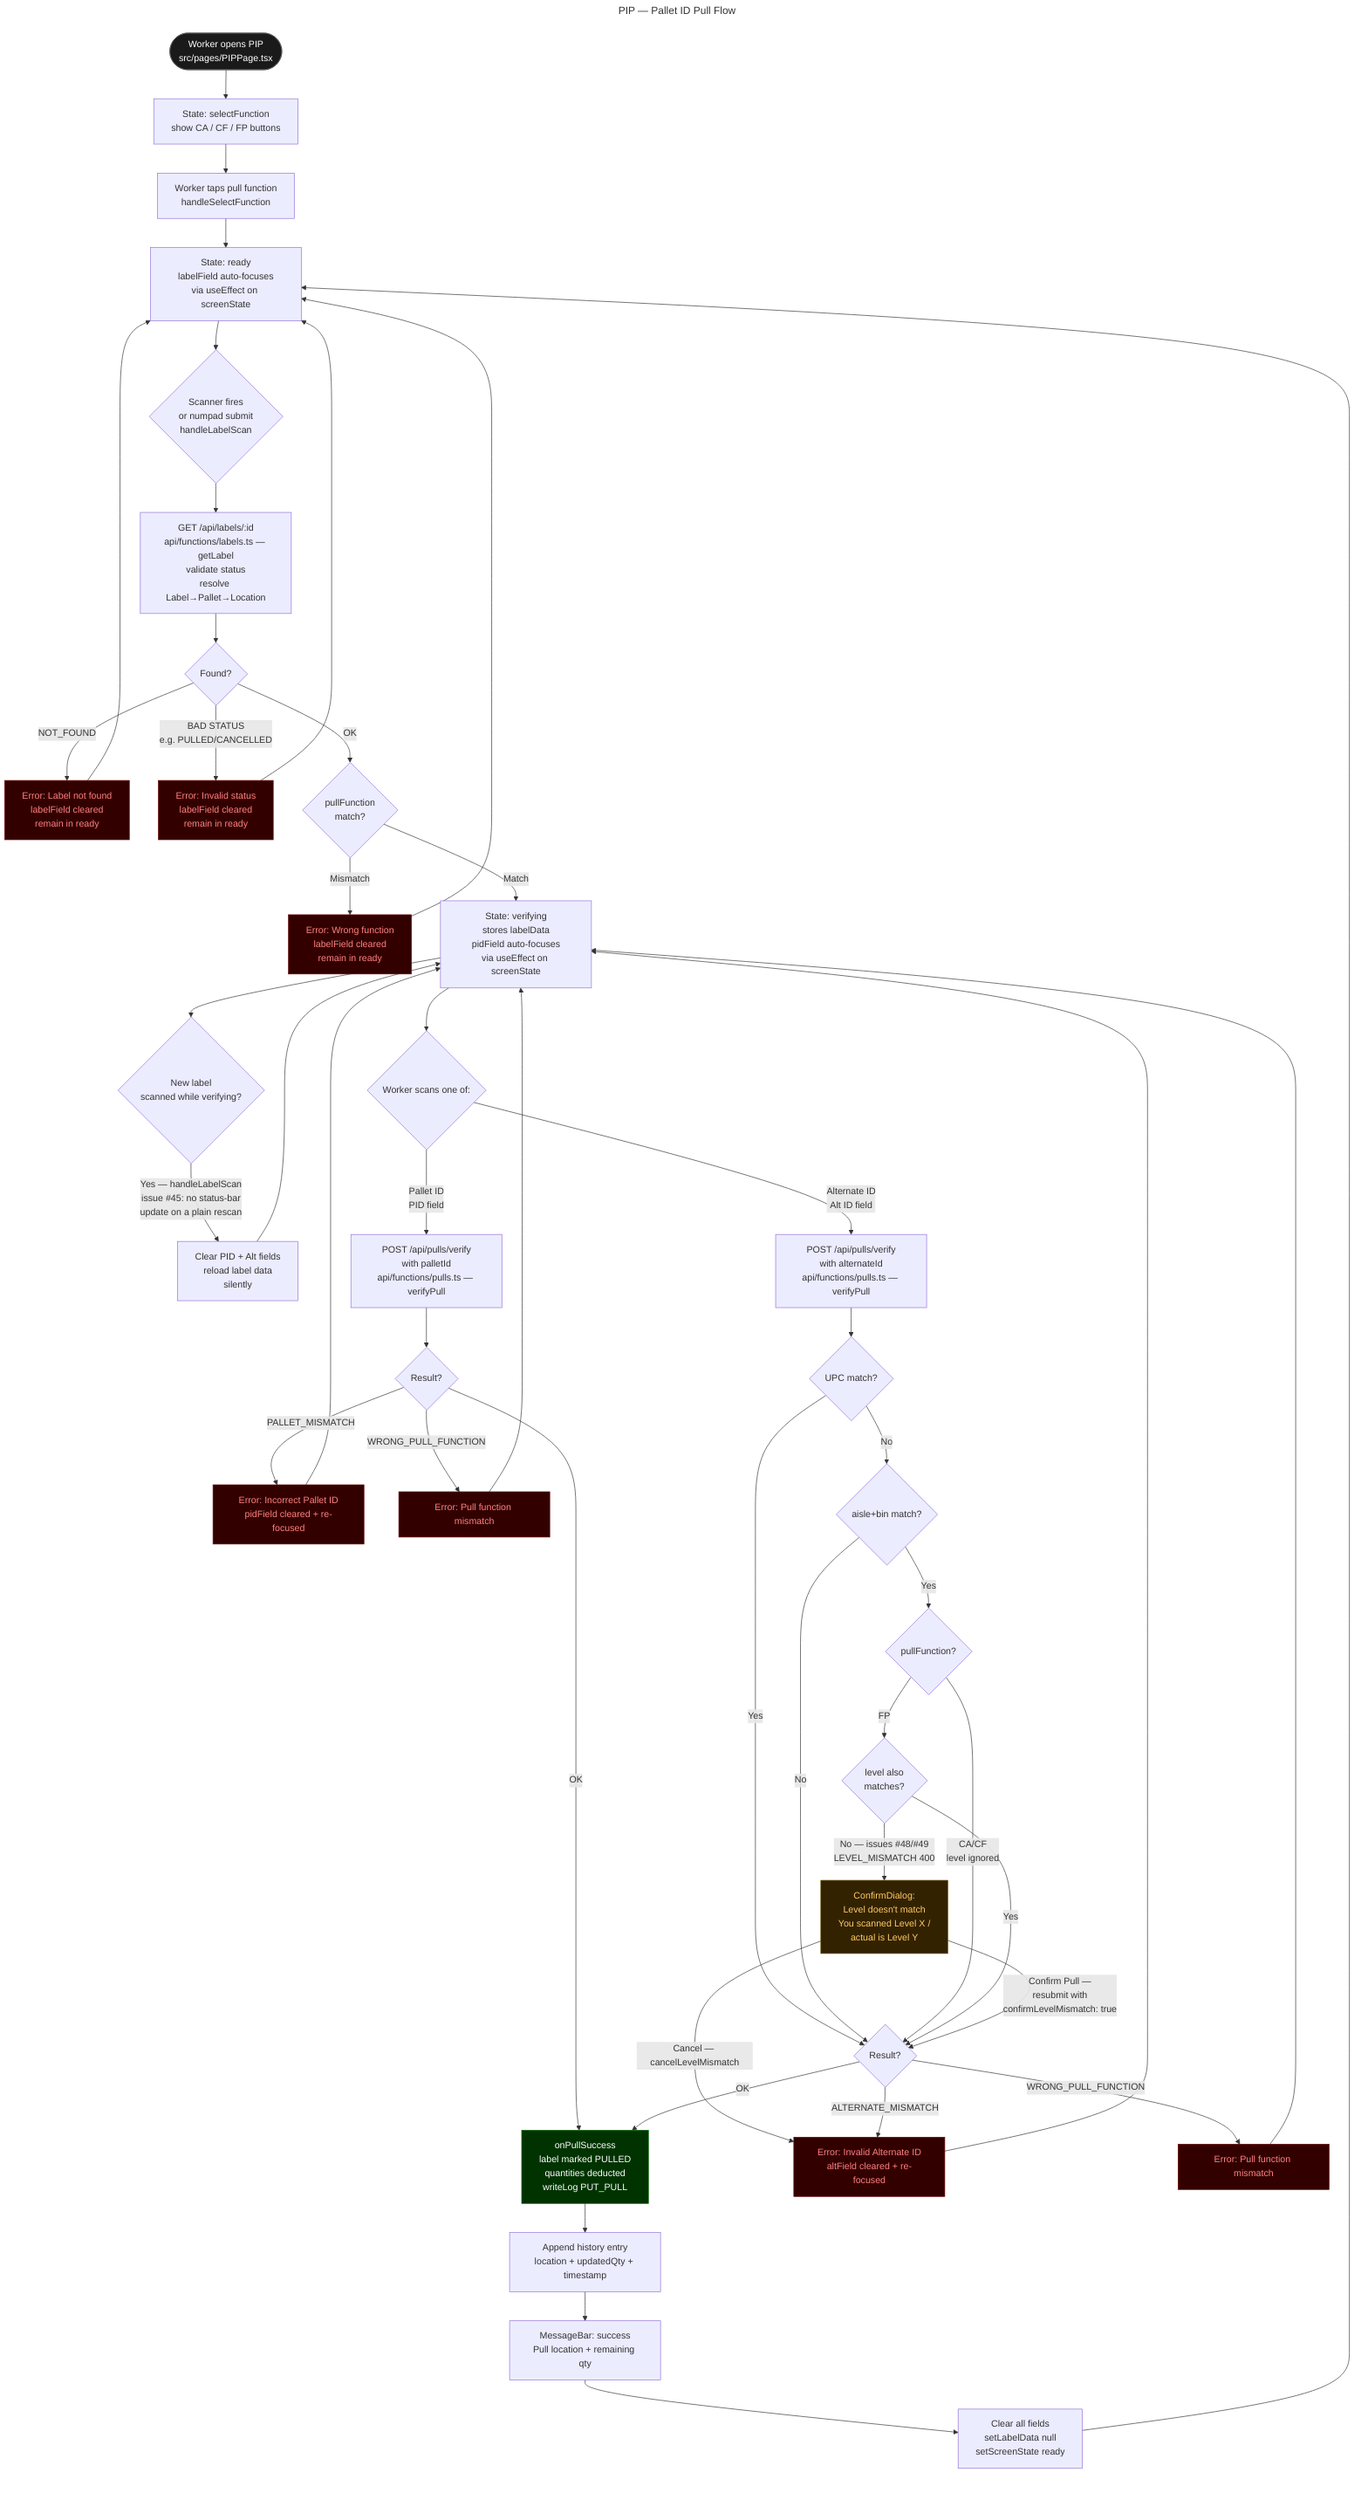
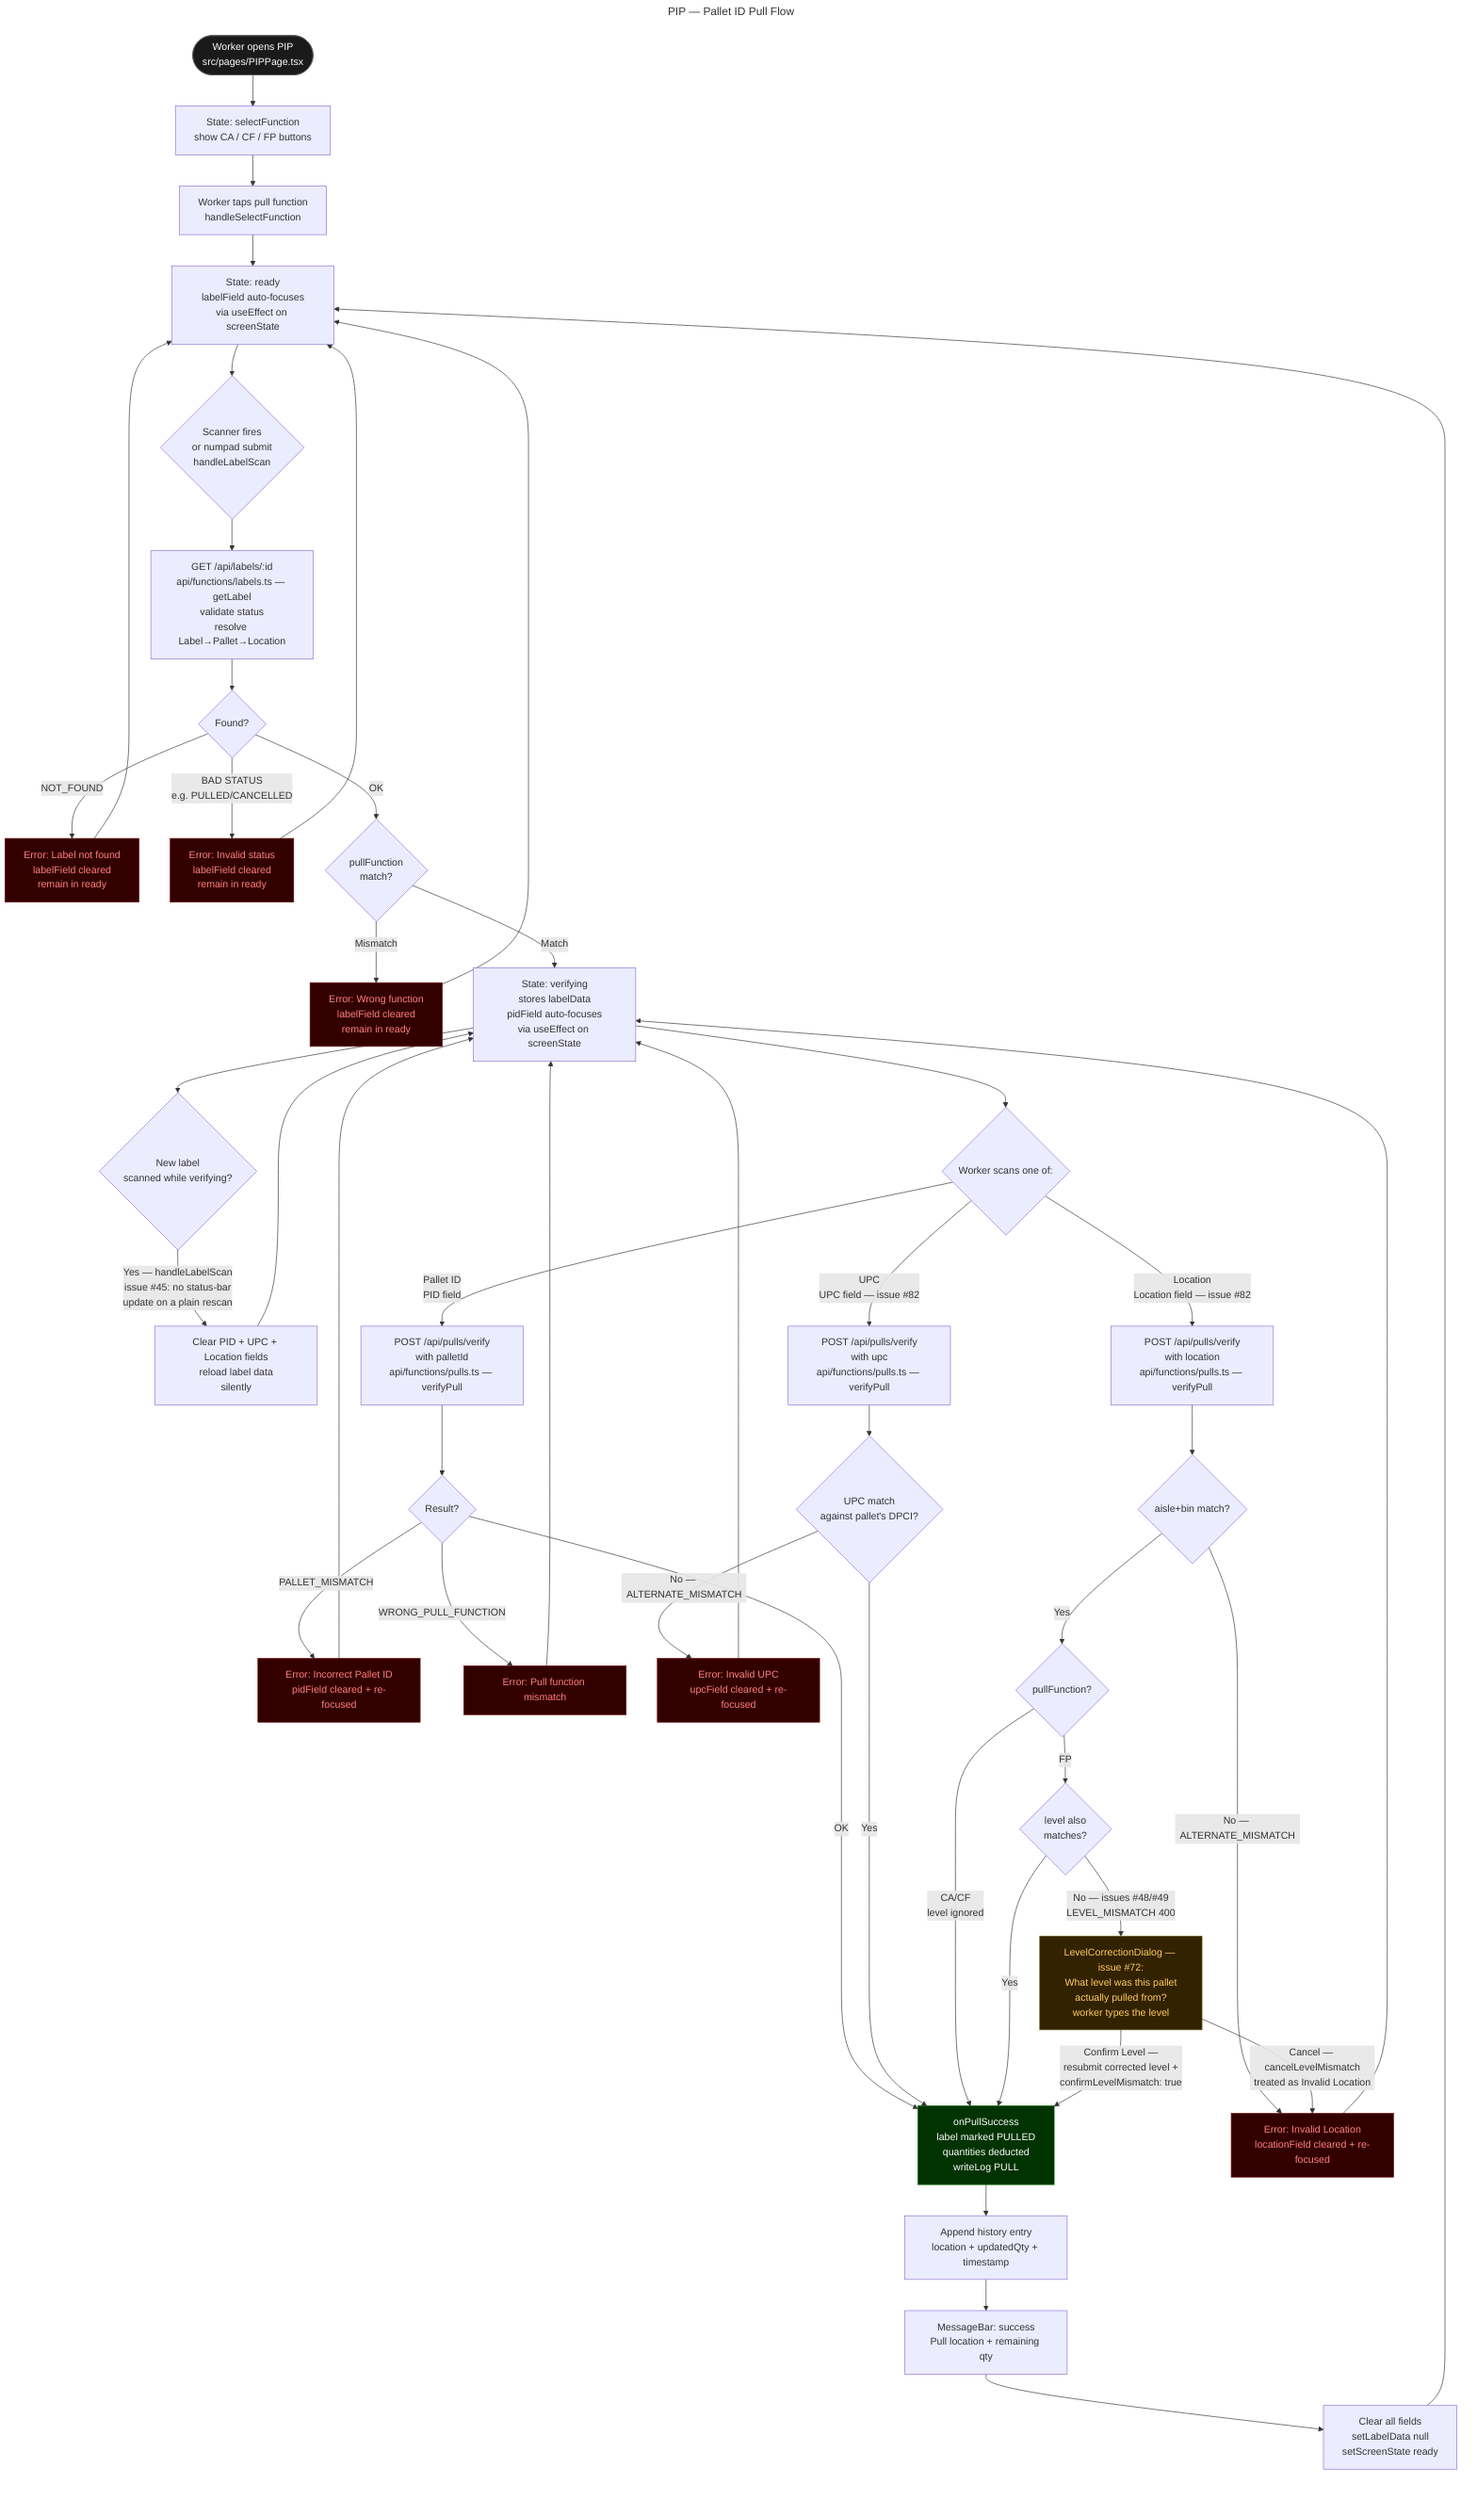
---
title: PIP — Pallet ID Pull Flow
---
flowchart TD
    START([Worker opens PIP\nsrc/pages/PIPPage.tsx]) --> S1

    S1[State: selectFunction\nshow CA / CF / FP buttons]
    S1 --> SEL[Worker taps pull function\nhandleSelectFunction]
    SEL --> S2

    S2[State: ready\nlabelField auto-focuses\nvia useEffect on screenState]

    S2 --> SCAN_L{Scanner fires\nor numpad submit\nhandleLabelScan}

    SCAN_L --> API_L[GET /api/labels/:id\napi/functions/labels.ts — getLabel\nvalidate status\nresolve Label→Pallet→Location]

    API_L --> L_FOUND{Found?}
    L_FOUND -->|NOT_FOUND| ERR_L1[Error: Label not found\nlabelField cleared\nremain in ready]
    L_FOUND -->|BAD STATUS\ne.g. PULLED/CANCELLED| ERR_L2[Error: Invalid status\nlabelField cleared\nremain in ready]
    L_FOUND -->|OK| FN_CHECK{pullFunction\nmatch?}

    FN_CHECK -->|Mismatch| ERR_L3[Error: Wrong function\nlabelField cleared\nremain in ready]
    FN_CHECK -->|Match| S3

    ERR_L1 --> S2
    ERR_L2 --> S2
    ERR_L3 --> S2

    S3[State: verifying\nstores labelData\npidField auto-focuses\nvia useEffect on screenState]

    S3 --> RESCAN{New label\nscanned while verifying?}
-     RESCAN -->|Yes — handleLabelScan\nissue #45: no status-bar\nupdate on a plain rescan| RELOAD[Clear PID + Alt fields\nreload label data\nsilently]
+     RESCAN -->|Yes — handleLabelScan\nissue #45: no status-bar\nupdate on a plain rescan| RELOAD[Clear PID + UPC + Location fields\nreload label data\nsilently]
    RELOAD --> S3

    S3 --> VER_PATH{Worker scans one of:}

    VER_PATH -->|Pallet ID\nPID field| PID_VERIFY[POST /api/pulls/verify\nwith palletId\napi/functions/pulls.ts — verifyPull]
-     VER_PATH -->|Alternate ID\nAlt ID field| ALT_VERIFY[POST /api/pulls/verify\nwith alternateId\napi/functions/pulls.ts — verifyPull]
+     VER_PATH -->|UPC\nUPC field — issue #82| UPC_VERIFY[POST /api/pulls/verify\nwith upc\napi/functions/pulls.ts — verifyPull]
+     VER_PATH -->|Location\nLocation field — issue #82| LOC_VERIFY[POST /api/pulls/verify\nwith location\napi/functions/pulls.ts — verifyPull]

    PID_VERIFY --> PID_OK{Result?}
    PID_OK -->|PALLET_MISMATCH| ERR_PID[Error: Incorrect Pallet ID\npidField cleared + re-focused]
    PID_OK -->|WRONG_PULL_FUNCTION| ERR_PID2[Error: Pull function mismatch]
    PID_OK -->|OK| SUCCESS

-     ALT_VERIFY --> ALT_UPC{UPC match?}
-     ALT_UPC -->|Yes| ALT_OK
-     ALT_UPC -->|No| ALT_BIN{aisle+bin match?}
-     ALT_BIN -->|No| ALT_OK
-     ALT_BIN -->|Yes| ALT_FN{pullFunction?}
-     ALT_FN -->|CA/CF\nlevel ignored| ALT_OK
-     ALT_FN -->|FP| ALT_LEVEL{level also\nmatches?}
-     ALT_LEVEL -->|Yes| ALT_OK
-     ALT_LEVEL -->|No — issues #48/#49\nLEVEL_MISMATCH 400| CONFIRM[ConfirmDialog:\nLevel doesn't match\nYou scanned Level X /\nactual is Level Y]
-     CONFIRM -->|Cancel — cancelLevelMismatch| ERR_ALT
-     CONFIRM -->|Confirm Pull —\nresubmit with\nconfirmLevelMismatch: true| ALT_OK
+     UPC_VERIFY --> UPC_OK{UPC match\nagainst pallet's DPCI?}
+     UPC_OK -->|No — ALTERNATE_MISMATCH| ERR_UPC[Error: Invalid UPC\nupcField cleared + re-focused]
+     UPC_OK -->|Yes| SUCCESS

-     ALT_OK{Result?}
-     ALT_OK -->|ALTERNATE_MISMATCH| ERR_ALT[Error: Invalid Alternate ID\naltField cleared + re-focused]
-     ALT_OK -->|WRONG_PULL_FUNCTION| ERR_ALT2[Error: Pull function mismatch]
-     ALT_OK -->|OK| SUCCESS
+     LOC_VERIFY --> LOC_BIN{aisle+bin match?}
+     LOC_BIN -->|No — ALTERNATE_MISMATCH| ERR_LOC[Error: Invalid Location\nlocationField cleared + re-focused]
+     LOC_BIN -->|Yes| LOC_FN{pullFunction?}
+     LOC_FN -->|CA/CF\nlevel ignored| SUCCESS
+     LOC_FN -->|FP| LOC_LEVEL{level also\nmatches?}
+     LOC_LEVEL -->|Yes| SUCCESS
+     LOC_LEVEL -->|No — issues #48/#49\nLEVEL_MISMATCH 400| CORRECT[LevelCorrectionDialog — issue #72:\nWhat level was this pallet\nactually pulled from?\nworker types the level]
+     CORRECT -->|Cancel — cancelLevelMismatch\ntreated as Invalid Location| ERR_LOC
+     CORRECT -->|Confirm Level —\nresubmit corrected level +\nconfirmLevelMismatch: true| SUCCESS

    ERR_PID --> S3
    ERR_PID2 --> S3
-     ERR_ALT --> S3
-     ERR_ALT2 --> S3
+     ERR_UPC --> S3
+     ERR_LOC --> S3

-     SUCCESS[onPullSuccess\nlabel marked PULLED\nquantities deducted\nwriteLog PUT_PULL]
+     SUCCESS[onPullSuccess\nlabel marked PULLED\nquantities deducted\nwriteLog PULL]

    SUCCESS --> HIST[Append history entry\nlocation + updatedQty + timestamp]
    HIST --> MSG[MessageBar: success\nPull location + remaining qty]
    MSG --> RESET[Clear all fields\nsetLabelData null\nsetScreenState ready]
    RESET --> S2

    style START fill:#1a1a1a,stroke:#555,color:#fff
    style SUCCESS fill:#003300,stroke:#006600,color:#fff
    style ERR_L1 fill:#330000,stroke:#660000,color:#ff8080
    style ERR_L2 fill:#330000,stroke:#660000,color:#ff8080
    style ERR_L3 fill:#330000,stroke:#660000,color:#ff8080
    style ERR_PID fill:#330000,stroke:#660000,color:#ff8080
    style ERR_PID2 fill:#330000,stroke:#660000,color:#ff8080
-     style ERR_ALT fill:#330000,stroke:#660000,color:#ff8080
-     style ERR_ALT2 fill:#330000,stroke:#660000,color:#ff8080
-     style CONFIRM fill:#332200,stroke:#665500,color:#ffcc66
+     style ERR_UPC fill:#330000,stroke:#660000,color:#ff8080
+     style ERR_LOC fill:#330000,stroke:#660000,color:#ff8080
+     style CORRECT fill:#332200,stroke:#665500,color:#ffcc66
